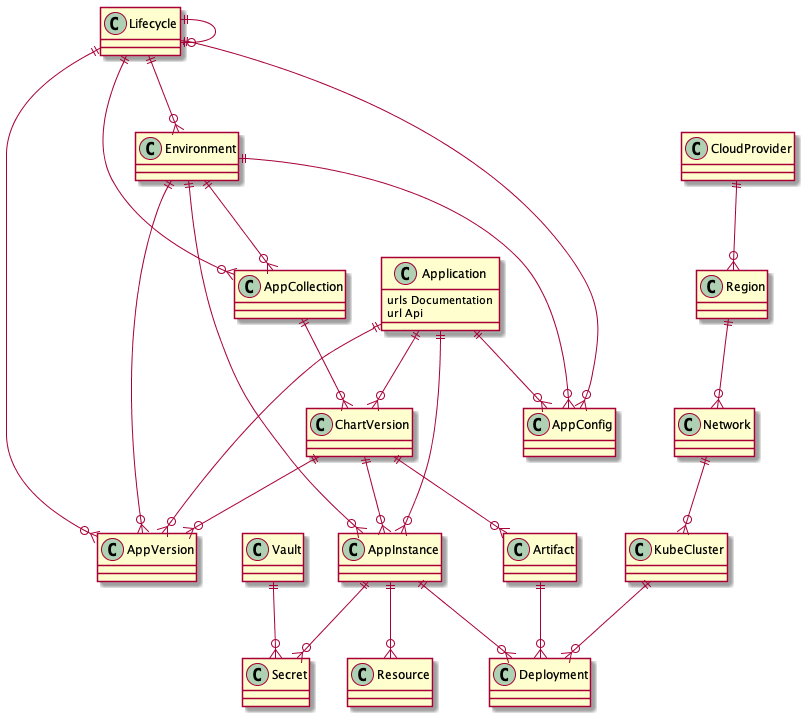
The PlantUML diagram docs/erd_plantuml.png in johnsdouglass/cmdb, before a commit. Its diagram source:
```plantuml
@startuml
    AppCollection ||--o{ ChartVersion : ""
    AppInstance ||--o{ Deployment : ""
    AppInstance ||--o{ Resource : ""
    AppInstance ||--o{ Secret : ""
    class Application {
       urls Documentation
       url Api
    }
    Application ||--o{ AppConfig : ""
    Application ||--o{ AppInstance : ""
    Application ||--o{ AppVersion : ""
    Application ||--o{ ChartVersion : ""
    Artifact ||--o{ Deployment : ""
    ChartVersion ||--o{ AppInstance : ""
    ChartVersion ||--o{ AppVersion : ""
    ChartVersion ||--o{ Artifact : ""
    CloudProvider ||--o{ Region : ""
    Environment ||--o{ AppCollection : ""
    Environment ||--o{ AppConfig : ""
    Environment ||--o{ AppInstance : ""
    Environment ||--o{ AppVersion : ""
    KubeCluster ||--o{ Deployment : ""
    Lifecycle ||--o{ AppCollection : ""
    Lifecycle ||--o{ AppConfig : ""
    Lifecycle ||--o{ AppVersion : ""
    Lifecycle ||--o{ Environment : ""
    Lifecycle ||--o| Lifecycle : ""
    Network ||--o{ KubeCluster : ""
    Region ||--o{ Network : ""
    Vault ||--o{ Secret : ""
@enduml
```
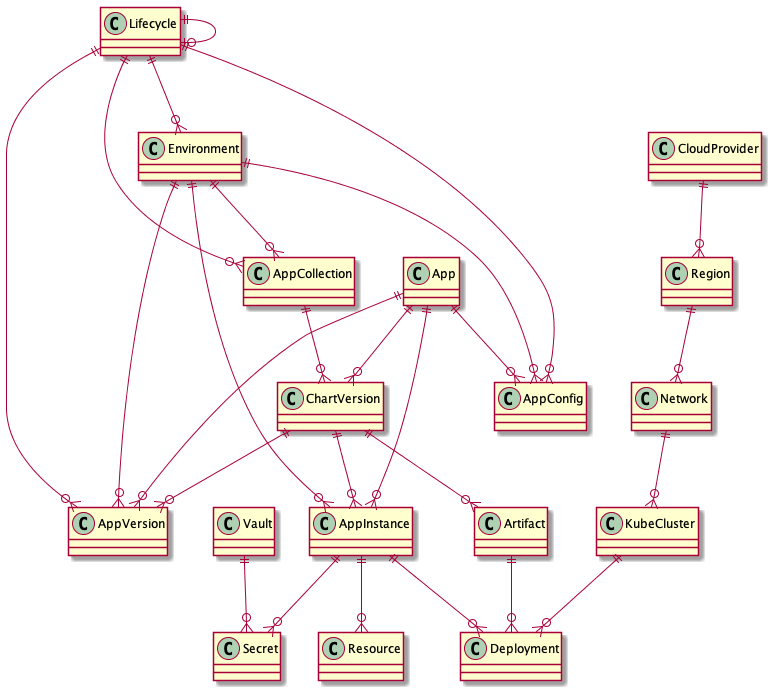
The same diagram one commit later.

Commit message:
Changed Application to App

The edit, as a diff of the source:
```diff
@@ -3,14 +3,10 @@
     AppInstance ||--o{ Deployment : ""
     AppInstance ||--o{ Resource : ""
     AppInstance ||--o{ Secret : ""
-    class Application {
-       urls Documentation
-       url Api
-    }
-    Application ||--o{ AppConfig : ""
-    Application ||--o{ AppInstance : ""
-    Application ||--o{ AppVersion : ""
-    Application ||--o{ ChartVersion : ""
+    App ||--o{ AppConfig : ""
+    App ||--o{ AppInstance : ""
+    App ||--o{ AppVersion : ""
+    App ||--o{ ChartVersion : ""
     Artifact ||--o{ Deployment : ""
     ChartVersion ||--o{ AppInstance : ""
     ChartVersion ||--o{ AppVersion : ""
```
